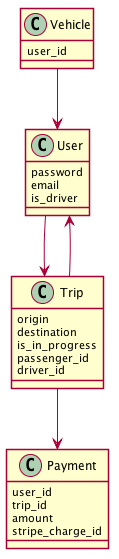
This is diagrams/1-basic.png from andrewhao/dddrail-talk, a PlantUML export, as it was before one commit.
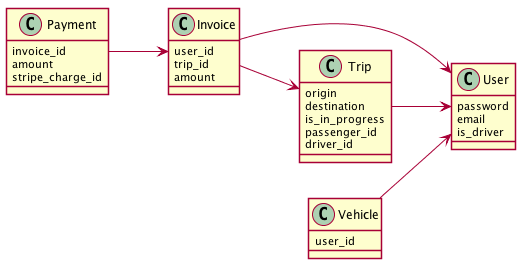
After the commit.

What changed in the source:
```diff
@@ -1,4 +1,5 @@
 @startuml
+left to right direction
 skinparam shadowing false
 
 class User {
@@ -15,9 +16,14 @@
   driver_id
 }
 
-class Payment {
+class Invoice {
   user_id
   trip_id
+  amount
+}
+
+class Payment {
+  invoice_id
   amount
   stripe_charge_id
 }
@@ -26,9 +32,10 @@
   user_id
 }
 
-User --> Trip
 Trip --> User
-Trip --> Payment
 Vehicle --> User
+Invoice --> User
+Invoice --> Trip
+Payment --> Invoice
 
 @enduml
```
